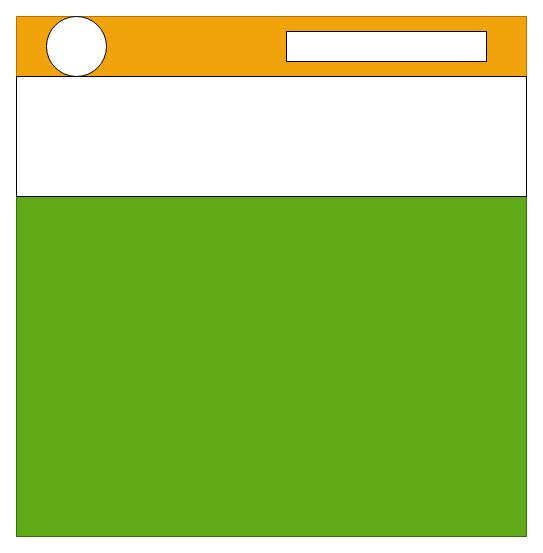
Before: src/travail.drawio in GuillaumeB75/portfolio, a draw.io diagram. Source tidied: cells renumbered, new cells numbered last; positions are measured from the earlier drawing's top-left corner, leaving out a move shared by most shapes. Both pictures are drawn from the tidied source at 100%, with x=0, y=0 at pixel (16, 16).
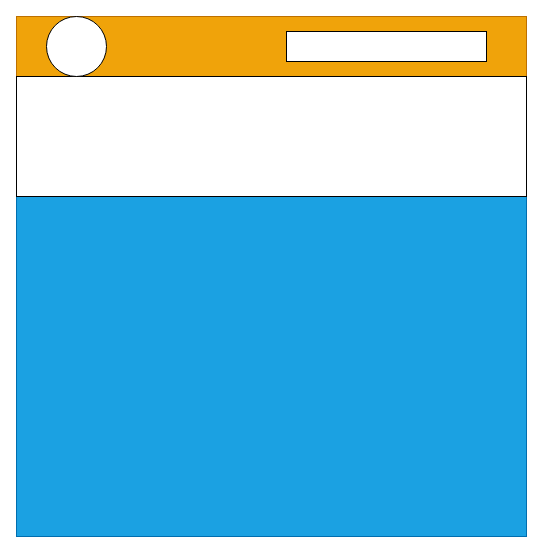
The same page after the edit.

The edit, as a diff of the source:
```diff
@@
 <mxGraphModel>
   <root>
     <mxCell id="0" />
     <mxCell id="1" parent="0" />
-    <mxCell id="2" style="whiteSpace=wrap;html=1;fillColor=#60a917;fontColor=#ffffff;strokeColor=#2D7600;" parent="1" vertex="1">
+    <mxCell id="2" style="whiteSpace=wrap;html=1;fillColor=#1ba1e2;fontColor=#ffffff;strokeColor=#006EAF;" parent="1" vertex="1">
       <mxGeometry y="10" width="510" height="510" as="geometry" />
     </mxCell>
     <mxCell id="3" style="rounded=0;whiteSpace=wrap;html=1;fillColor=#f0a30a;fontColor=#000000;strokeColor=#BD7000;" parent="1" vertex="1">
       <mxGeometry width="510" height="60" as="geometry" />
     </mxCell>
     <mxCell id="4" style="rounded=0;whiteSpace=wrap;html=1;" parent="1" vertex="1">
       <mxGeometry y="60" width="510" height="120" as="geometry" />
     </mxCell>
     <mxCell id="5" style="ellipse;whiteSpace=wrap;html=1;" parent="1" vertex="1">
       <mxGeometry x="30" width="60" height="60" as="geometry" />
     </mxCell>
     <mxCell id="6" style="rounded=0;whiteSpace=wrap;html=1;" parent="1" vertex="1">
       <mxGeometry x="270" y="15" width="200" height="30" as="geometry" />
     </mxCell>
   </root>
 </mxGraphModel>
```
